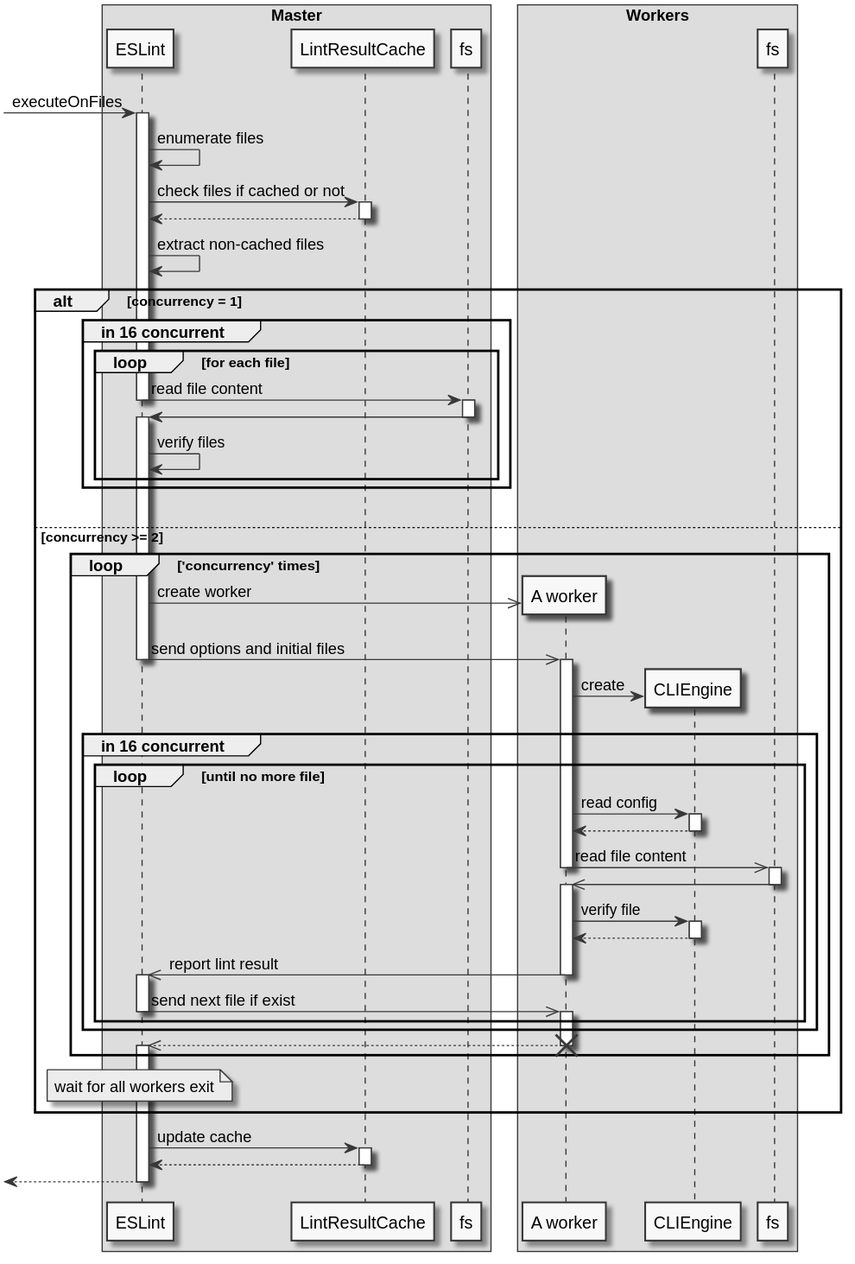
Earlier version of the PlantUML export designs/2019-worker-threads/diagrams/overview.svg (eslint/rfcs).
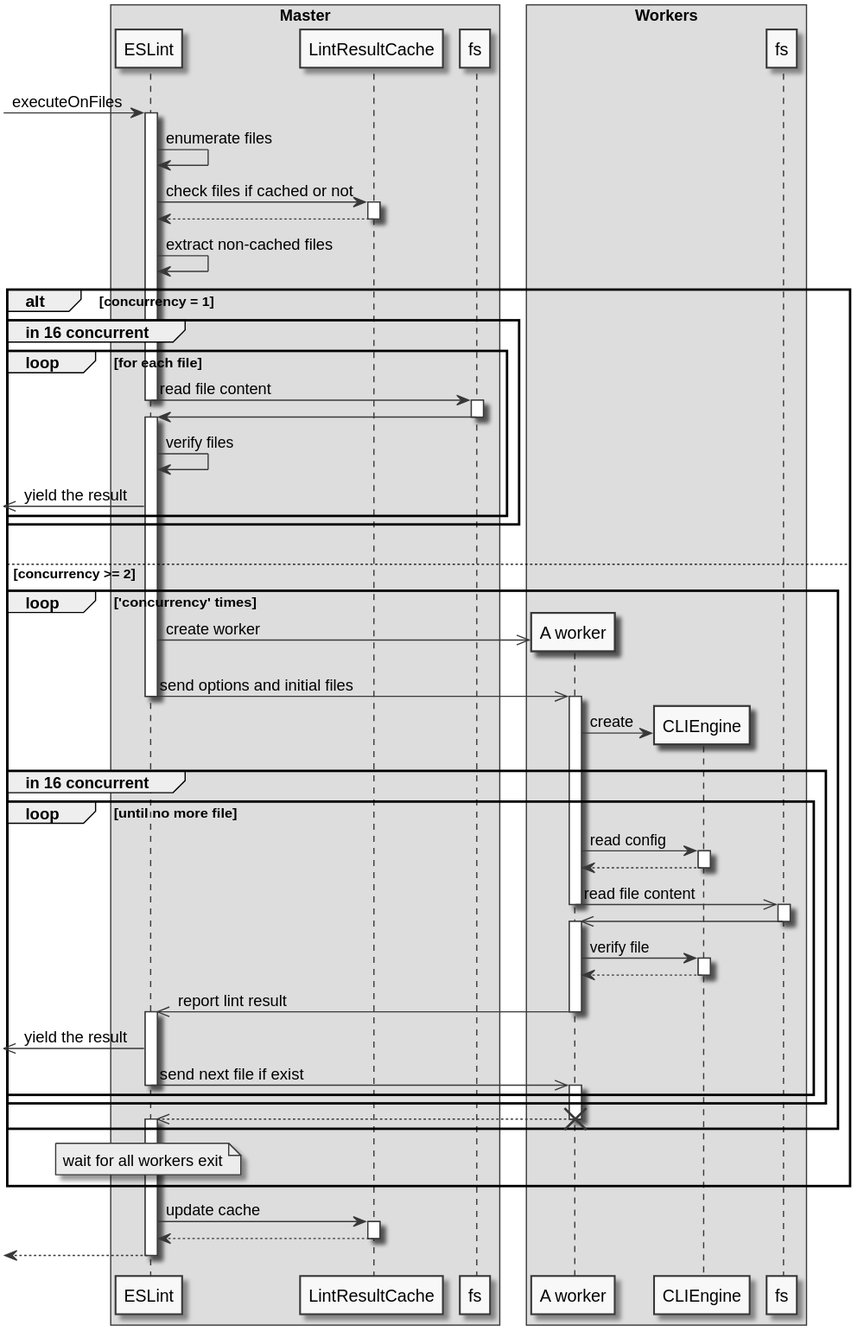
After the commit.

Diff of the diagram source:
```diff
@@ -38,6 +38,7 @@
             deactivate fs1
             activate engine1
             engine1 -> engine1 : verify files
+            [<<- engine1 : yield the result
         end
     end
     |||
@@ -69,6 +70,7 @@
                 worker ->> engine1 : report lint result
                 deactivate worker
                 activate engine1
+                [<<- engine1 : yield the result
                 engine1 ->> worker : send next file if exist
                 deactivate engine1
                 activate worker
```
